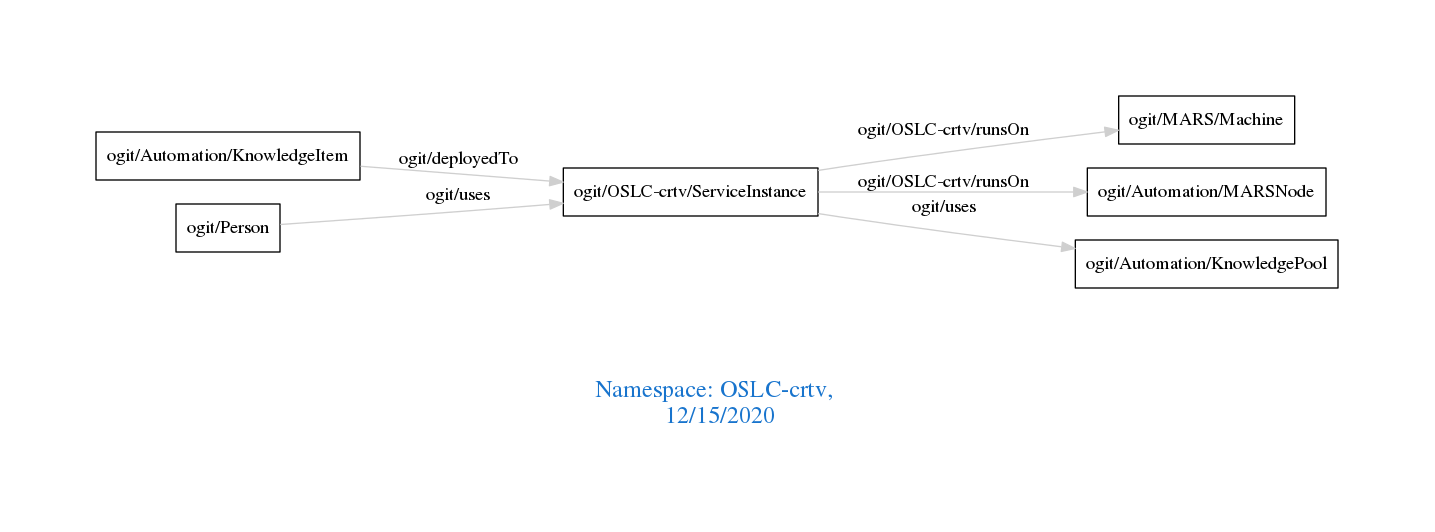
The Graphviz diagram downloads/OSLC-crtv.png in arago/OGIT, before a commit. Its source is kept beside it as downloads/OSLC-crtv.dot.
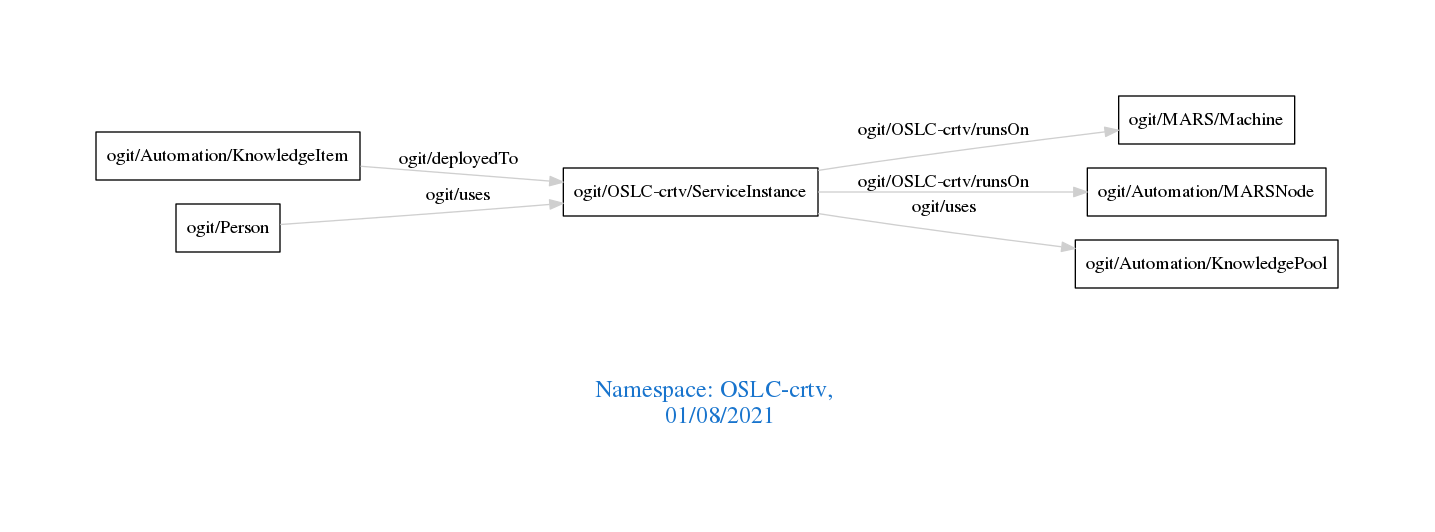
The same diagram one commit later.

Diff of the diagram source:
```diff
@@ -1,7 +1,7 @@
 digraph OGIT_ontology {
  graph [ rankdir= LR,pad=1
 fontsize = 18,
-fontcolor= dodgerblue3,label = "\n\n\nNamespace: OSLC-crtv, \n 12/15/2020"];
+fontcolor= dodgerblue3,label = "\n\n\nNamespace: OSLC-crtv, \n 01/08/2021"];
 node[shape=polygon];
 edge [  color="gray81"];
 
```
